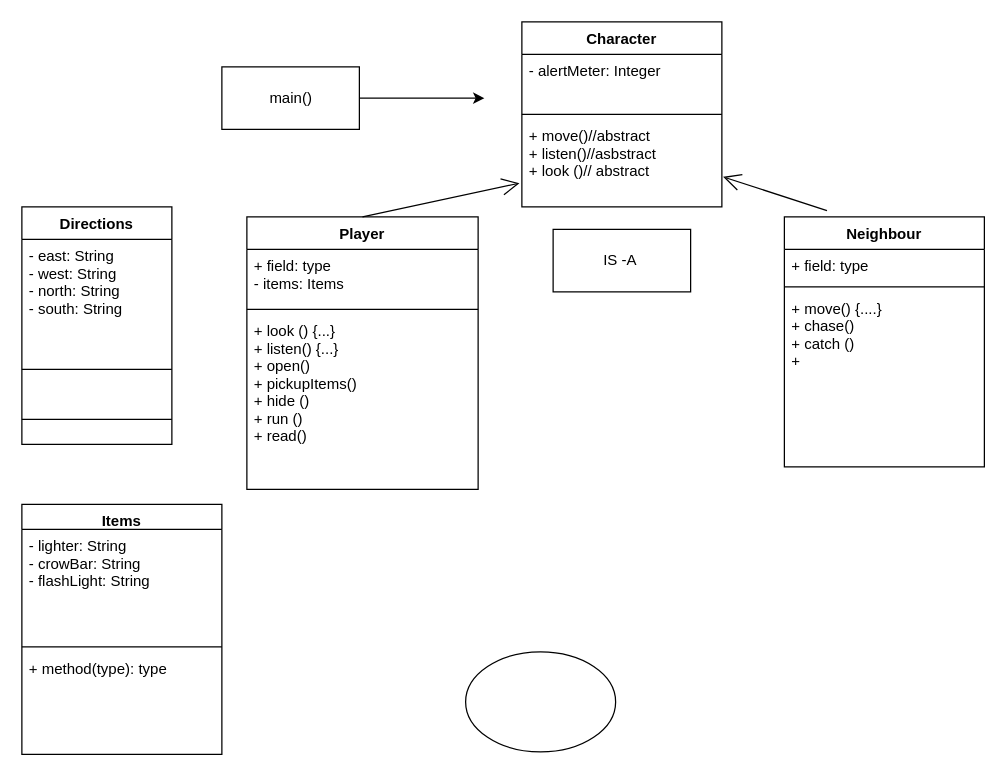
Before: UML The Neighbour.drawio in SDEprojects/22.07.06-TheNeighbor, a draw.io diagram. Source tidied: cells renumbered, new cells numbered last; positions are measured from the earlier drawing's top-left corner, leaving out a move shared by most shapes. Both pictures are drawn from the tidied source at 125%, with x=0, y=0 at pixel (21, 21).
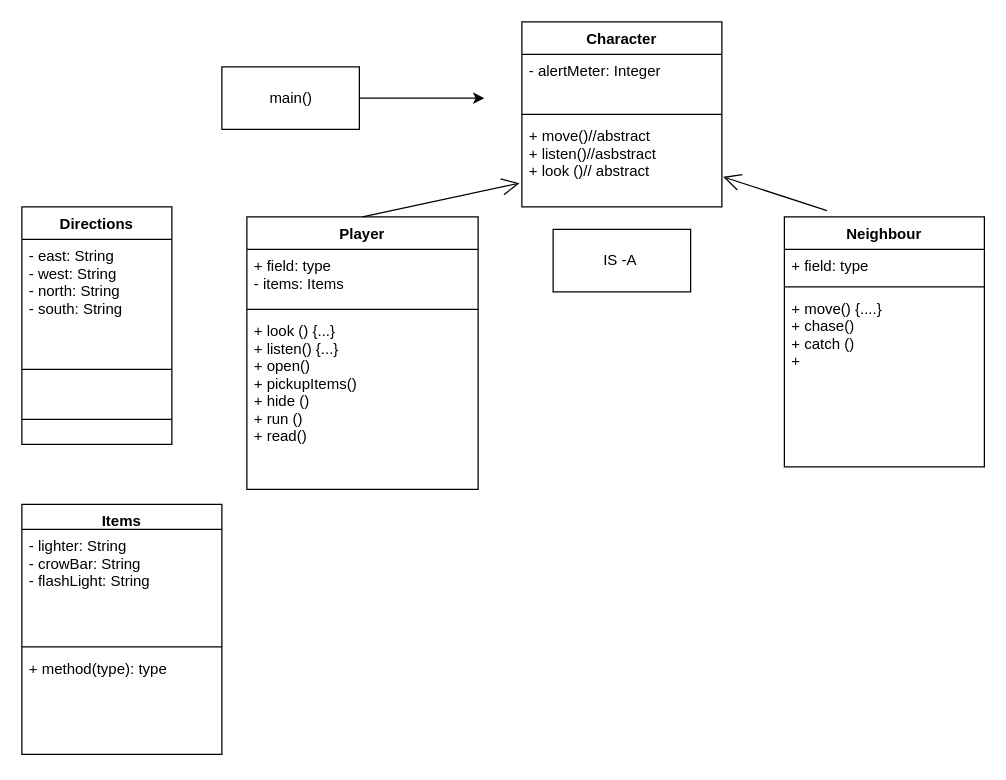
The same diagram, later.

The edit, as a diff of the source:
```diff
@@
-    <mxCell id="27" style="ellipse;whiteSpace=wrap;html=1;" parent="1" vertex="1">
-      <mxGeometry x="355" y="504" width="120" height="80" as="geometry" />
-    </mxCell>
```
